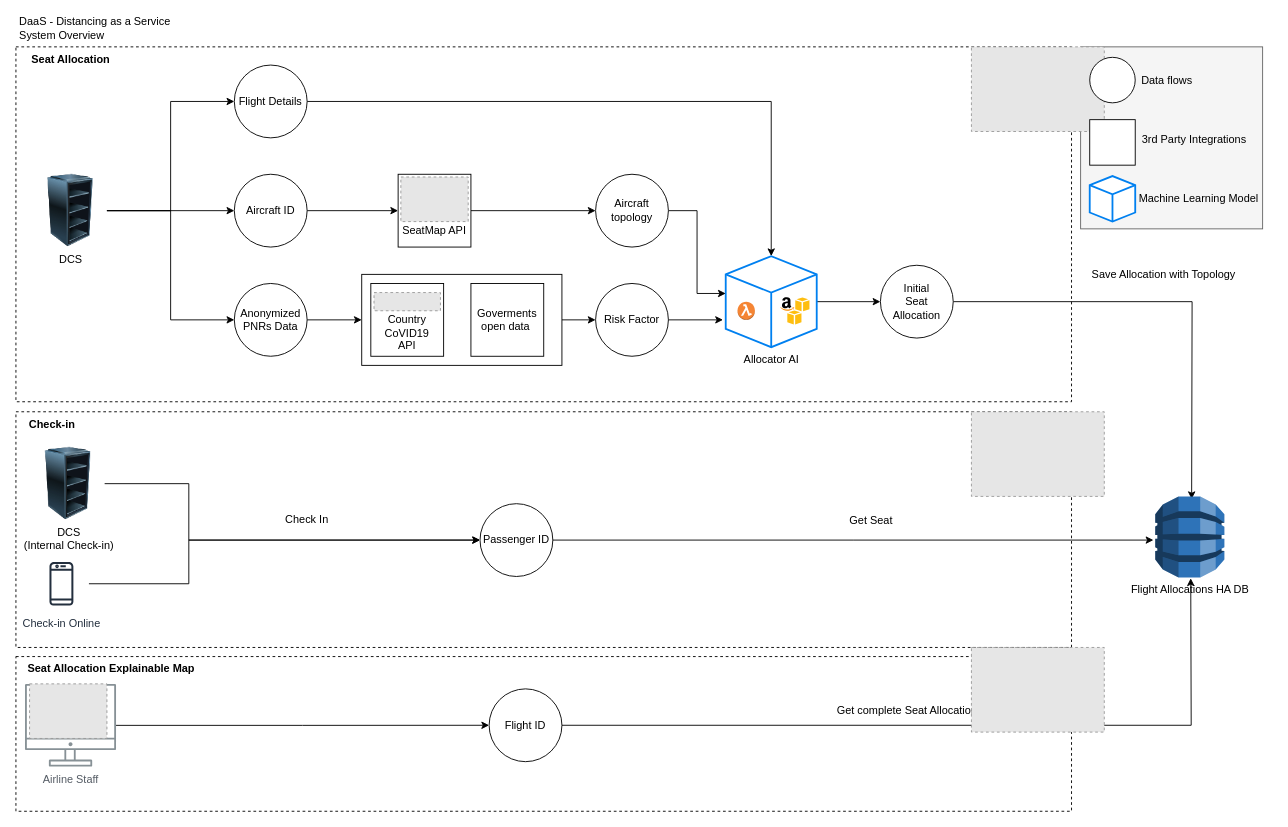
The draw.io diagram architecture/system-overview.drawio in brapifra/travelscrum-daas, before the edit. Source tidied: cells renumbered, new cells numbered last; positions are measured from the earlier drawing's top-left corner, leaving out a move shared by most shapes. Both pictures are drawn from the tidied source at 91%, with x=0, y=0 at pixel (15, 19). Pictures stored in the file or linked from it are replaced by grey dashed boxes.
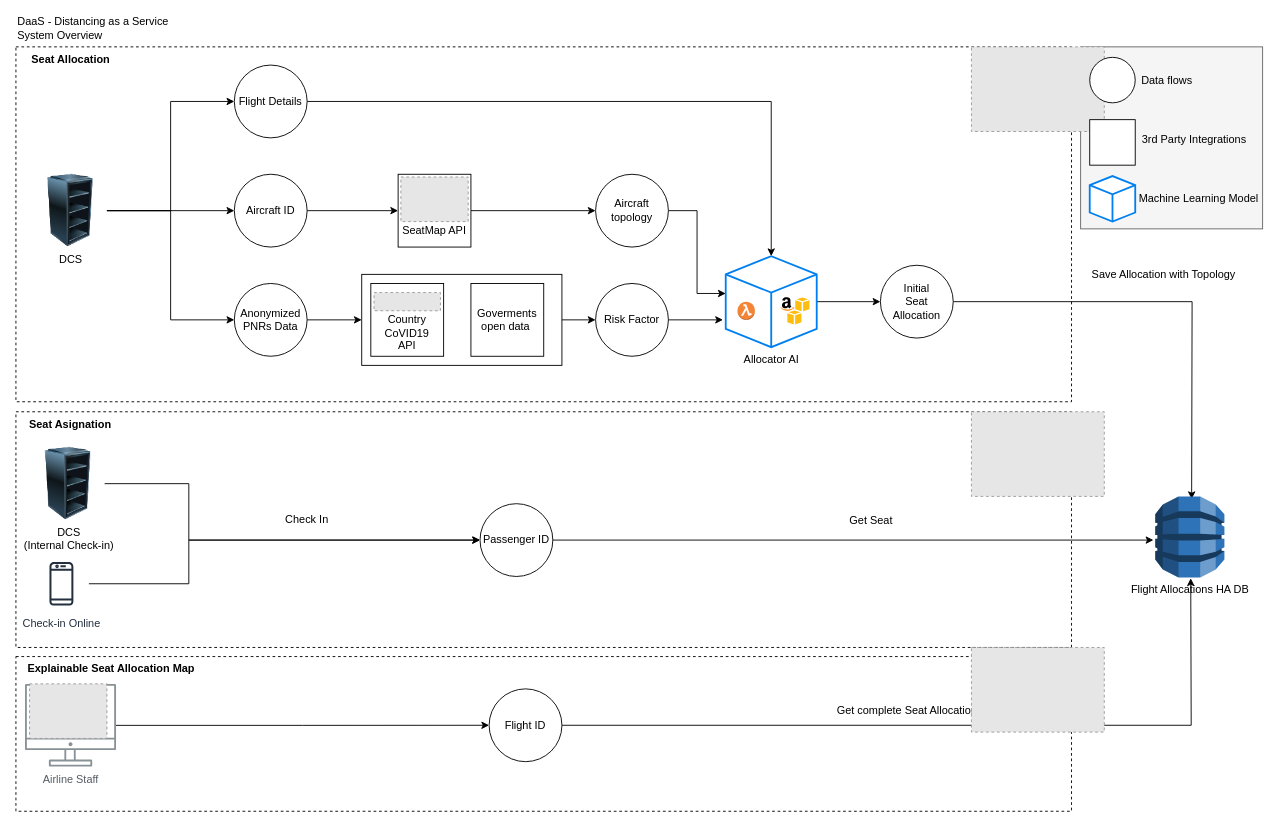
Above is the later version.

The edit, as a diff of the source:
```diff
@@
-    <mxCell id="58" value="Check-in" style="text;html=1;strokeColor=none;fillColor=none;align=center;verticalAlign=middle;whiteSpace=wrap;rounded=0;fontStyle=1;" parent="1" vertex="1">
-      <mxGeometry y="431" width="80" height="28" as="geometry" />
+    <mxCell id="58" value="Seat Asignation" style="text;html=1;strokeColor=none;fillColor=none;align=center;verticalAlign=middle;whiteSpace=wrap;rounded=0;fontStyle=1;" parent="1" vertex="1">
+      <mxGeometry x="5" y="431" width="110" height="28" as="geometry" />
     </mxCell>
-    <mxCell id="59" value="Seat Allocation Explainable Map" style="text;html=1;strokeColor=none;fillColor=none;align=center;verticalAlign=middle;whiteSpace=wrap;rounded=0;fontStyle=1;" parent="1" vertex="1">
+    <mxCell id="59" value="Explainable Seat Allocation Map" style="text;html=1;strokeColor=none;fillColor=none;align=center;verticalAlign=middle;whiteSpace=wrap;rounded=0;fontStyle=1;" parent="1" vertex="1">
       <mxGeometry y="700" width="210" height="28" as="geometry" />
     </mxCell>
@@
     <mxCell id="62" value="DaaS - Distancing as a Service&lt;br&gt;System Overview" style="text;html=1;strokeColor=none;fillColor=none;align=left;verticalAlign=middle;whiteSpace=wrap;rounded=0;fontStyle=0;" parent="1" vertex="1">
-      <mxGeometry x="1.5" width="198" height="20" as="geometry" />
+      <mxGeometry width="198" height="20" as="geometry" />
     </mxCell>
```
